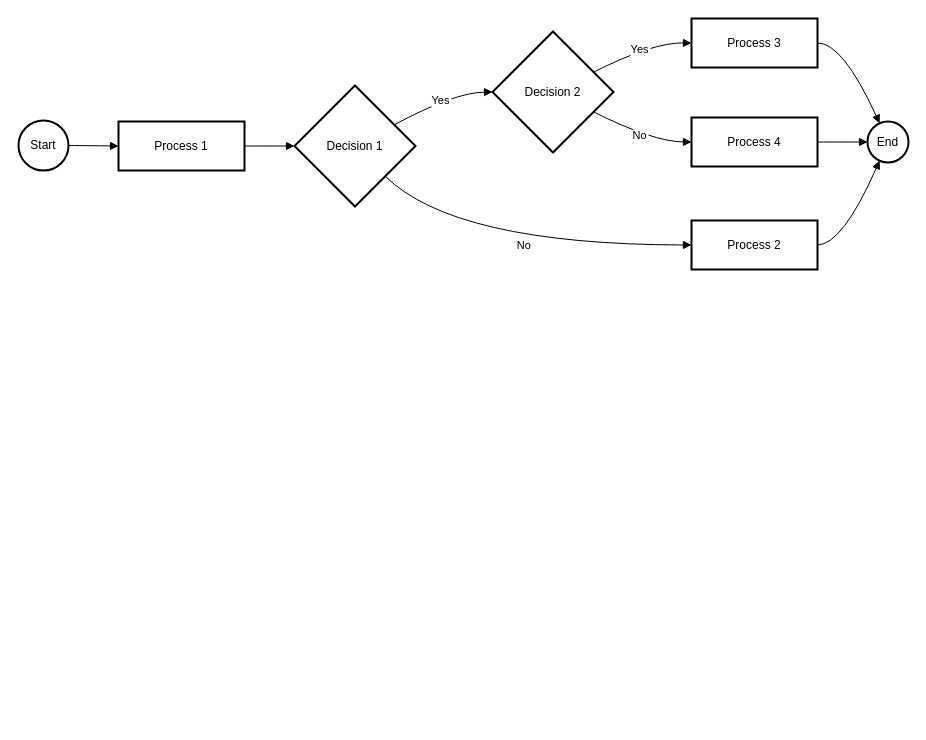
This is tasks/task_16.drawio from NichiporukRoman/playsdev-repository, a draw.io file, before an edit. Source tidied: cells renumbered, new cells numbered last; positions are measured from the earlier drawing's top-left corner, leaving out a move shared by most shapes. Both pictures are drawn from the tidied source at 100%, with x=0, y=0 at pixel (18, 18).
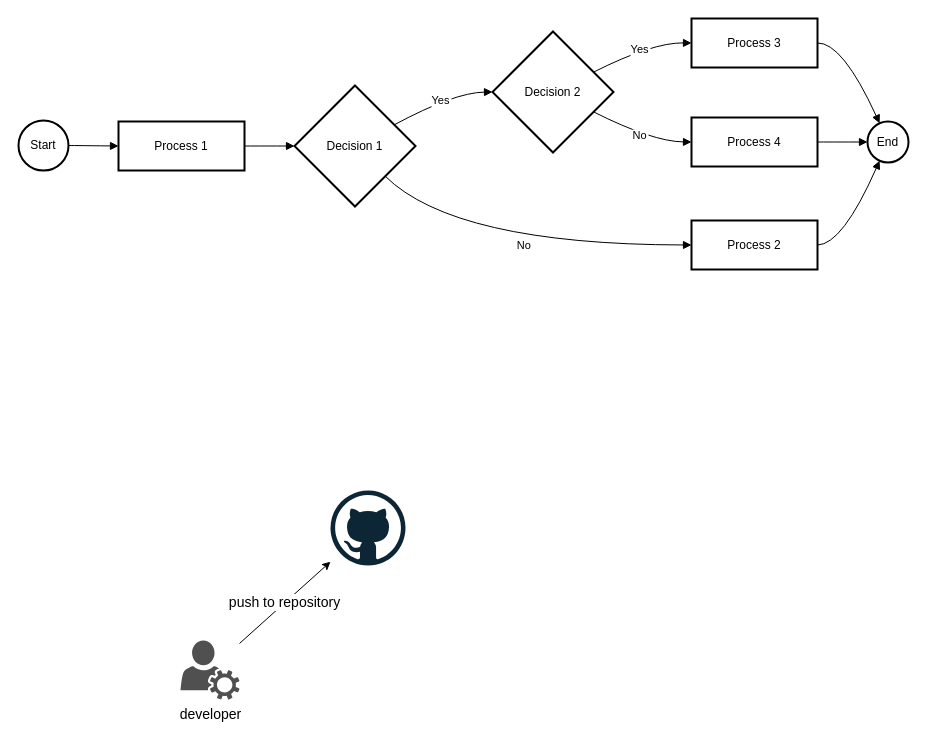
The same page after the edit.

Change to the diagram source:
```diff
@@
+    <mxCell id="19" value="&lt;font style=&quot;font-size: 14px;&quot;&gt;developer&lt;/font&gt;" style="sketch=0;shadow=0;dashed=0;html=1;strokeColor=none;fillColor=#505050;labelPosition=center;verticalLabelPosition=bottom;verticalAlign=top;outlineConnect=0;align=center;shape=mxgraph.office.services.user_services;" parent="1" vertex="1">
+      <mxGeometry x="162" y="622" width="59" height="59" as="geometry" />
+    </mxCell>
+    <mxCell id="20" style="dashed=0;outlineConnect=0;html=1;align=center;labelPosition=center;verticalLabelPosition=bottom;verticalAlign=top;shape=mxgraph.weblogos.github;" parent="1" vertex="1">
+      <mxGeometry x="312" y="472" width="75" height="75" as="geometry" />
+    </mxCell>
+    <mxCell id="21" value="&lt;font style=&quot;font-size: 14px;&quot;&gt;push to repository&lt;/font&gt;" style="endArrow=classic;html=1;rounded=0;" parent="1" edge="1" source="19" target="20">
+      <mxGeometry relative="1" as="geometry" />
+    </mxCell>
```
